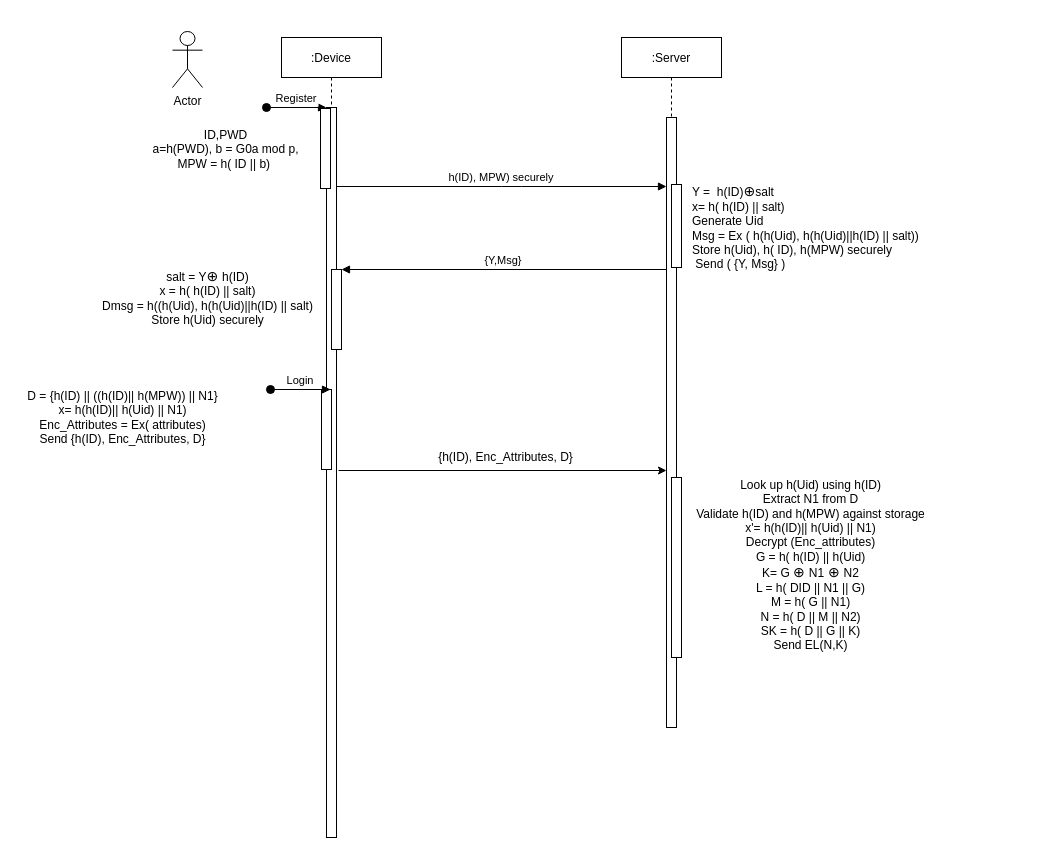
This is Login_Sequence_Diagram.drawio from vivinkrishnan/drawio, a draw.io file, before an edit. Source tidied: cells renumbered, new cells numbered last; positions are measured from the earlier drawing's top-left corner, leaving out a move shared by most shapes. Both pictures are drawn from the tidied source at 100%, with x=0, y=0 at pixel (17, 31).
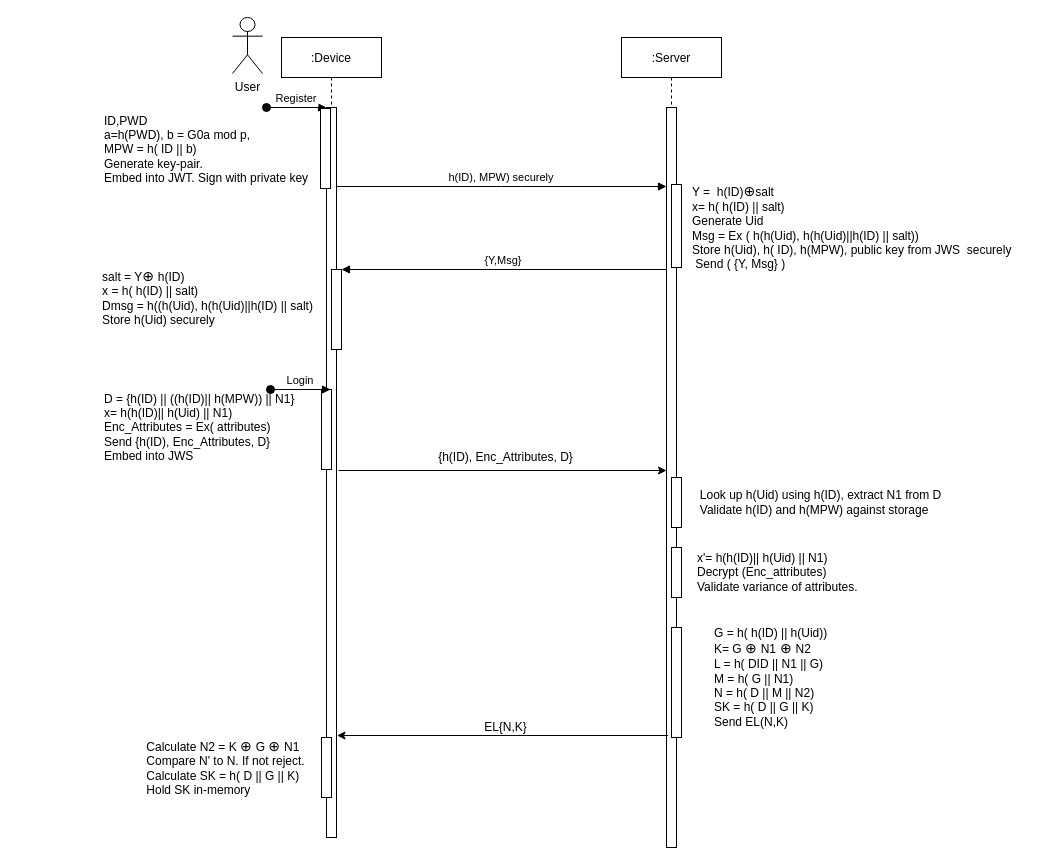
After the change.

Unchanged cells that the change refers to:
```xml
<mxCell id="2" value=":Device" style="shape=umlLifeline;perimeter=lifelinePerimeter;rounded=0;shadow=0;strokeWidth=1;" parent="1" vertex="1">
  <mxGeometry x="264" y="6" width="100" height="800" as="geometry" />
</mxCell>
```

Change to the diagram source:
```diff
@@
+    <mxCell id="23" style="html=1;perimeter=orthogonalPerimeter;" parent="2" vertex="1">
+      <mxGeometry x="40" y="700" width="10" height="60" as="geometry" />
+    </mxCell>
     <mxCell id="9" value=":Server" style="shape=umlLifeline;perimeter=lifelinePerimeter;rounded=0;shadow=0;strokeWidth=1;" parent="1" vertex="1">
-      <mxGeometry x="604" y="6" width="100" height="690" as="geometry" />
+      <mxGeometry x="604" y="6" width="100" height="810" as="geometry" />
     </mxCell>
     <mxCell id="10" style="perimeter=orthogonalPerimeter;rounded=0;shadow=0;strokeWidth=1;" parent="9" vertex="1">
-      <mxGeometry x="45" y="80" width="10" height="610" as="geometry" />
+      <mxGeometry x="45" y="70" width="10" height="740" as="geometry" />
     </mxCell>
@@
     <mxCell id="12" style="html=1;perimeter=orthogonalPerimeter;fontFamily=Helvetica;fontSize=12;fontColor=#000000;" parent="9" vertex="1">
-      <mxGeometry x="50" y="440" width="10" height="180" as="geometry" />
+      <mxGeometry x="50" y="440" width="10" height="50" as="geometry" />
     </mxCell>
+    <mxCell id="24" style="html=1;perimeter=orthogonalPerimeter;fontFamily=Helvetica;fontSize=12;fontColor=#000000;" parent="9" vertex="1">
+      <mxGeometry x="50" y="510" width="10" height="50" as="geometry" />
+    </mxCell>
+    <mxCell id="25" style="html=1;perimeter=orthogonalPerimeter;fontFamily=Helvetica;fontSize=12;fontColor=#000000;" parent="9" vertex="1">
+      <mxGeometry x="50" y="590" width="10" height="110" as="geometry" />
+    </mxCell>
@@
-    <mxCell id="15" value="Actor" style="shape=umlActor;verticalLabelPosition=bottom;verticalAlign=top;html=1;" parent="1" vertex="1">
-      <mxGeometry x="155" width="30" height="56" as="geometry" />
+    <mxCell id="15" value="User" style="shape=umlActor;verticalLabelPosition=bottom;verticalAlign=top;html=1;" parent="1" vertex="1">
+      <mxGeometry x="215" y="-14" width="30" height="56" as="geometry" />
     </mxCell>
-    <mxCell id="16" value="ID,PWD&lt;br&gt;a=h(PWD), b = G0a mod p,&lt;br&gt;MPW = h( ID || b)&amp;nbsp;" style="text;html=1;align=center;verticalAlign=middle;strokeColor=none;fillColor=none;" parent="1" vertex="1">
-      <mxGeometry x="128" y="93" width="160" height="50" as="geometry" />
+    <mxCell id="16" value="ID,PWD&lt;br&gt;a=h(PWD), b = G0a mod p,&lt;br&gt;MPW = h( ID || b)&amp;nbsp;&lt;br&gt;Generate key-pair.&lt;br&gt;Embed into JWT. Sign with private key" style="text;html=1;align=left;verticalAlign=middle;strokeColor=none;fillColor=none;" parent="1" vertex="1">
+      <mxGeometry x="85" y="78" width="220" height="80" as="geometry" />
     </mxCell>
-    <mxCell id="17" value="Y =&amp;nbsp; h(ID)&lt;span id=&quot;docs-internal-guid-e49e2a0b-7fff-2932-c1dd-dcc5686d5943&quot;&gt;&lt;span style=&quot;background-color: rgb(255 , 255 , 255) ; vertical-align: baseline&quot;&gt;&lt;font style=&quot;font-size: 14px&quot;&gt;⊕&lt;/font&gt;&lt;/span&gt;&lt;/span&gt;salt &lt;br&gt;x= h( h(ID) || salt)&lt;br&gt;Generate Uid&lt;br&gt;Msg = Ex ( h(h(Uid), h(h(Uid)||h(ID) || salt))&lt;br&gt;Store h(Uid), h( ID), h(MPW) securely&lt;br&gt;&amp;nbsp;Send ( {Y, Msg} )" style="text;html=1;align=left;verticalAlign=middle;strokeColor=none;fillColor=none;" parent="1" vertex="1">
-      <mxGeometry x="673" y="151" width="240" height="90" as="geometry" />
+    <mxCell id="17" value="Y =&amp;nbsp; h(ID)&lt;span id=&quot;docs-internal-guid-e49e2a0b-7fff-2932-c1dd-dcc5686d5943&quot;&gt;&lt;span style=&quot;background-color: rgb(255 , 255 , 255) ; vertical-align: baseline&quot;&gt;&lt;font style=&quot;font-size: 14px&quot;&gt;⊕&lt;/font&gt;&lt;/span&gt;&lt;/span&gt;salt &lt;br&gt;x= h( h(ID) || salt)&lt;br&gt;Generate Uid&lt;br&gt;Msg = Ex ( h(h(Uid), h(h(Uid)||h(ID) || salt))&lt;br&gt;Store h(Uid), h( ID), h(MPW), public key from JWS&amp;nbsp; securely&lt;br&gt;&amp;nbsp;Send ( {Y, Msg} )" style="text;html=1;align=left;verticalAlign=middle;strokeColor=none;fillColor=none;" parent="1" vertex="1">
+      <mxGeometry x="673" y="151" width="330" height="90" as="geometry" />
     </mxCell>
-    <mxCell id="18" value="salt = Y&lt;span style=&quot;font-size: 14px ; text-align: left ; background-color: rgb(255 , 255 , 255)&quot;&gt;⊕ &lt;/span&gt;&lt;span style=&quot;text-align: left ; background-color: rgb(255 , 255 , 255)&quot;&gt;&lt;font style=&quot;font-size: 12px&quot;&gt;h(ID)&lt;br&gt;x = h( h(ID) || salt)&lt;br&gt;Dmsg = h(&lt;/font&gt;&lt;/span&gt;&lt;span style=&quot;text-align: left&quot;&gt;(h(Uid), h(h(Uid)||h(ID) || salt)&lt;br&gt;&lt;/span&gt;&lt;span style=&quot;text-align: left ; background-color: rgb(255 , 255 , 255)&quot;&gt;&lt;font style=&quot;font-size: 12px&quot;&gt;Store h(Uid) securely&lt;br&gt;&lt;/font&gt;&lt;/span&gt;" style="text;html=1;align=center;verticalAlign=middle;strokeColor=none;fillColor=none;" parent="1" vertex="1">
+    <mxCell id="18" value="&lt;div style=&quot;text-align: left&quot;&gt;&lt;span&gt;salt = Y&lt;/span&gt;&lt;span style=&quot;font-size: 14px ; background-color: rgb(255 , 255 , 255)&quot;&gt;⊕ &lt;/span&gt;&lt;span style=&quot;background-color: rgb(255 , 255 , 255)&quot;&gt;h(ID)&lt;/span&gt;&lt;/div&gt;&lt;span style=&quot;background-color: rgb(255 , 255 , 255)&quot;&gt;&lt;div style=&quot;text-align: left&quot;&gt;x = h( h(ID) || salt)&lt;/div&gt;&lt;font style=&quot;font-size: 12px&quot;&gt;&lt;div style=&quot;text-align: left&quot;&gt;Dmsg = h(&lt;span&gt;(h(Uid), h(h(Uid)||h(ID) || salt)&lt;/span&gt;&lt;/div&gt;&lt;/font&gt;&lt;/span&gt;&lt;span style=&quot;background-color: rgb(255 , 255 , 255)&quot;&gt;&lt;div style=&quot;text-align: left&quot;&gt;Store h(Uid) securely&lt;/div&gt;&lt;/span&gt;" style="text;html=1;align=center;verticalAlign=middle;strokeColor=none;fillColor=none;" parent="1" vertex="1">
       <mxGeometry x="75" y="236" width="230" height="60" as="geometry" />
     </mxCell>
-    <mxCell id="19" value="D = {h(ID) || ((h(ID)|| h(MPW)) || N1}&lt;br&gt;x= h(h(ID)|| h(Uid) || N1)&lt;br&gt;Enc_Attributes = Ex( attributes)&lt;br&gt;Send {h(ID), Enc_Attributes, D}" style="text;html=1;align=center;verticalAlign=middle;strokeColor=none;fillColor=none;fontSize=12;fontFamily=Helvetica;fontColor=#000000;" parent="1" vertex="1">
-      <mxGeometry y="356" width="210" height="60" as="geometry" />
+    <mxCell id="19" value="D = {h(ID) || ((h(ID)|| h(MPW)) || N1}&lt;br&gt;x= h(h(ID)|| h(Uid) || N1)&lt;br&gt;Enc_Attributes = Ex( attributes)&lt;br&gt;Send {h(ID), Enc_Attributes, D}&lt;br&gt;Embed into JWS" style="text;html=1;align=left;verticalAlign=middle;strokeColor=none;fillColor=none;fontSize=12;fontFamily=Helvetica;fontColor=#000000;" parent="1" vertex="1">
+      <mxGeometry x="85" y="356" width="210" height="80" as="geometry" />
     </mxCell>
@@
-    <mxCell id="22" value="Look up h(Uid) using h(ID)&lt;br&gt;Extract N1 from D&lt;br&gt;Validate h(ID) and h(MPW) against storage&lt;br&gt;x'= h(h(ID)|| h(Uid) || N1)&lt;br&gt;Decrypt (Enc_attributes)&lt;br&gt;G = h( h(ID) || h(Uid)&lt;br&gt;K= G&amp;nbsp;&lt;span style=&quot;font-size: 14px ; text-align: left ; background-color: rgb(255 , 255 , 255)&quot;&gt;⊕ &lt;/span&gt;&lt;span style=&quot;text-align: left ; background-color: rgb(255 , 255 , 255)&quot;&gt;&lt;font style=&quot;font-size: 12px&quot;&gt;N1&lt;/font&gt;&lt;/span&gt;&lt;span style=&quot;font-size: 14px ; text-align: left ; background-color: rgb(255 , 255 , 255)&quot;&gt;&amp;nbsp;&lt;/span&gt;&lt;span style=&quot;font-size: 14px ; text-align: left ; background-color: rgb(255 , 255 , 255)&quot;&gt;⊕ &lt;/span&gt;&lt;span style=&quot;text-align: left ; background-color: rgb(255 , 255 , 255)&quot;&gt;&lt;font style=&quot;font-size: 12px&quot;&gt;N2&lt;br&gt;L = h( DID || N1 || G)&lt;br&gt;M = h( G || N1)&lt;br&gt;N = h( D || M || N2)&lt;br&gt;SK = h( D || G || K)&lt;br&gt;Send EL(N,K)&lt;br&gt;&lt;br&gt;&lt;/font&gt;&lt;/span&gt;" style="text;html=1;align=center;verticalAlign=middle;strokeColor=none;fillColor=none;fontSize=12;fontFamily=Helvetica;fontColor=#000000;" parent="1" vertex="1">
-      <mxGeometry x="673" y="446" width="240" height="190" as="geometry" />
+    <mxCell id="22" value="&lt;div style=&quot;text-align: left&quot;&gt;&lt;span&gt;Look up h(Uid) using h(ID), extract N1 from D&lt;/span&gt;&lt;/div&gt;&lt;div style=&quot;text-align: left&quot;&gt;&lt;span&gt;Validate h(ID) and h(MPW) against storage&lt;/span&gt;&lt;/div&gt;" style="text;html=1;align=center;verticalAlign=middle;strokeColor=none;fillColor=none;fontSize=12;fontFamily=Helvetica;fontColor=#000000;" parent="1" vertex="1">
+      <mxGeometry x="673" y="456" width="260" height="30" as="geometry" />
     </mxCell>
+    <mxCell id="26" value="G = h( h(ID) || h(Uid))&lt;br&gt;K= G&amp;nbsp;&lt;span style=&quot;font-size: 14px ; background-color: rgb(255 , 255 , 255)&quot;&gt;⊕&amp;nbsp;&lt;/span&gt;&lt;span style=&quot;background-color: rgb(255 , 255 , 255)&quot;&gt;N1&lt;/span&gt;&lt;span style=&quot;font-size: 14px ; background-color: rgb(255 , 255 , 255)&quot;&gt;&amp;nbsp;&lt;/span&gt;&lt;span style=&quot;font-size: 14px ; background-color: rgb(255 , 255 , 255)&quot;&gt;⊕&amp;nbsp;&lt;/span&gt;&lt;span style=&quot;background-color: rgb(255 , 255 , 255)&quot;&gt;N2&lt;br&gt;L = h( DID || N1 || G)&lt;br&gt;M = h( G || N1)&lt;br&gt;N = h( D || M || N2)&lt;br&gt;SK = h( D || G || K)&lt;br&gt;Send EL(N,K)&lt;/span&gt;" style="text;html=1;align=left;verticalAlign=middle;strokeColor=none;fillColor=none;" parent="1" vertex="1">
+      <mxGeometry x="695" y="596" width="130" height="100" as="geometry" />
+    </mxCell>
+    <mxCell id="27" value="x'= h(h(ID)|| h(Uid) || N1)&lt;br&gt;Decrypt (Enc_attributes)&lt;br&gt;Validate variance of attributes." style="text;html=1;align=left;verticalAlign=middle;strokeColor=none;fillColor=none;" parent="1" vertex="1">
+      <mxGeometry x="678" y="516" width="180" height="50" as="geometry" />
+    </mxCell>
+    <mxCell id="28" style="endArrow=classic;html=1;rounded=0;" parent="1" edge="1">
+      <mxGeometry relative="1" as="geometry">
+        <mxPoint x="650.5" y="704" as="sourcePoint" />
+        <mxPoint x="319.5" y="704" as="targetPoint" />
+      </mxGeometry>
+    </mxCell>
+    <mxCell id="29" value="EL{N,K}" style="text;html=1;align=center;verticalAlign=middle;strokeColor=none;fillColor=none;" parent="1" vertex="1">
+      <mxGeometry x="458" y="686" width="60" height="20" as="geometry" />
+    </mxCell>
+    <mxCell id="30" value="&lt;div style=&quot;text-align: left&quot;&gt;&lt;span&gt;Calculate N2 = K&amp;nbsp;&lt;/span&gt;&lt;span style=&quot;font-size: 14px ; background-color: rgb(255 , 255 , 255)&quot;&gt;⊕&amp;nbsp;&lt;/span&gt;&lt;span&gt;G&amp;nbsp;&lt;/span&gt;&lt;span style=&quot;font-size: 14px ; background-color: rgb(255 , 255 , 255)&quot;&gt;⊕&amp;nbsp;&lt;/span&gt;&lt;span style=&quot;background-color: rgb(255 , 255 , 255)&quot;&gt;N1&lt;/span&gt;&lt;/div&gt;&lt;div style=&quot;text-align: left&quot;&gt;&lt;span&gt;Compare N' to N. If not reject.&lt;/span&gt;&lt;/div&gt;&lt;div style=&quot;text-align: left&quot;&gt;&lt;span&gt;Calculate SK = h( D || G || K)&lt;/span&gt;&lt;/div&gt;&lt;div style=&quot;text-align: left&quot;&gt;&lt;span&gt;Hold SK in-memory&lt;/span&gt;&lt;/div&gt;" style="text;html=1;align=center;verticalAlign=middle;strokeColor=none;fillColor=none;" parent="1" vertex="1">
+      <mxGeometry x="123" y="706" width="170" height="60" as="geometry" />
+    </mxCell>
```
